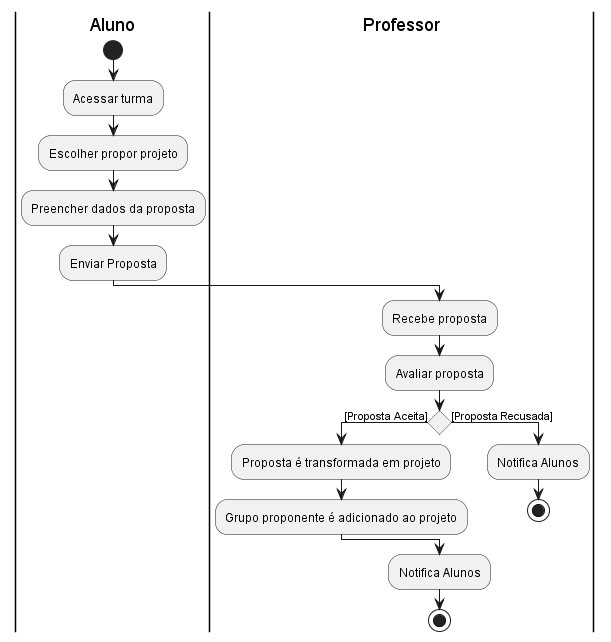
Pedro-V/projetorium keeps this PlantUML diagram as diagramas/atividades/propor_projeto.png. Above is the earlier version.
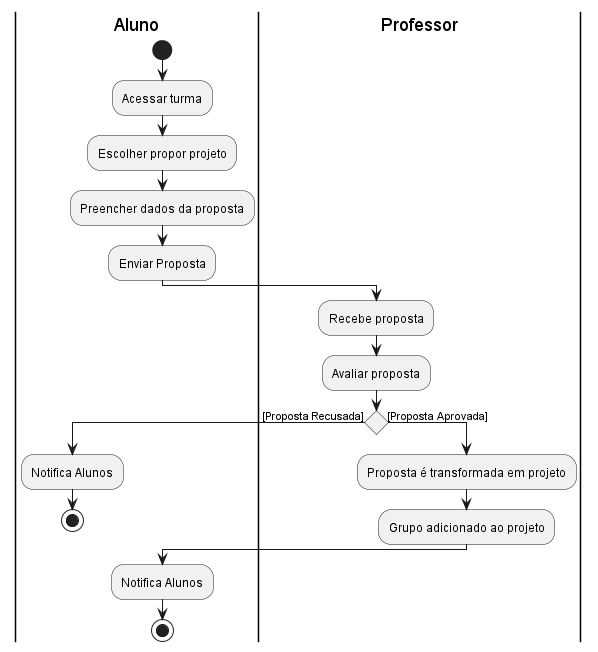
Later version of the same file.

What changed in the source:
```diff
@@ -8,13 +8,17 @@
 |Professor|
 :Recebe proposta;
 :Avaliar proposta;
-if () then ([Proposta Aceita])
- :Proposta é transformada em projeto;
- :Grupo proponente é adicionado ao projeto;
-else ([Proposta Recusada])
+if () then ([Proposta Recusada])
+    |Aluno|
   :Notifica Alunos;
   stop
+
+else ([Proposta Aprovada])
+    |Professor|
+    :Proposta é transformada em projeto;
+    :Grupo adicionado ao projeto;
 endif
+|Aluno|
 :Notifica Alunos;
 stop
 
```
